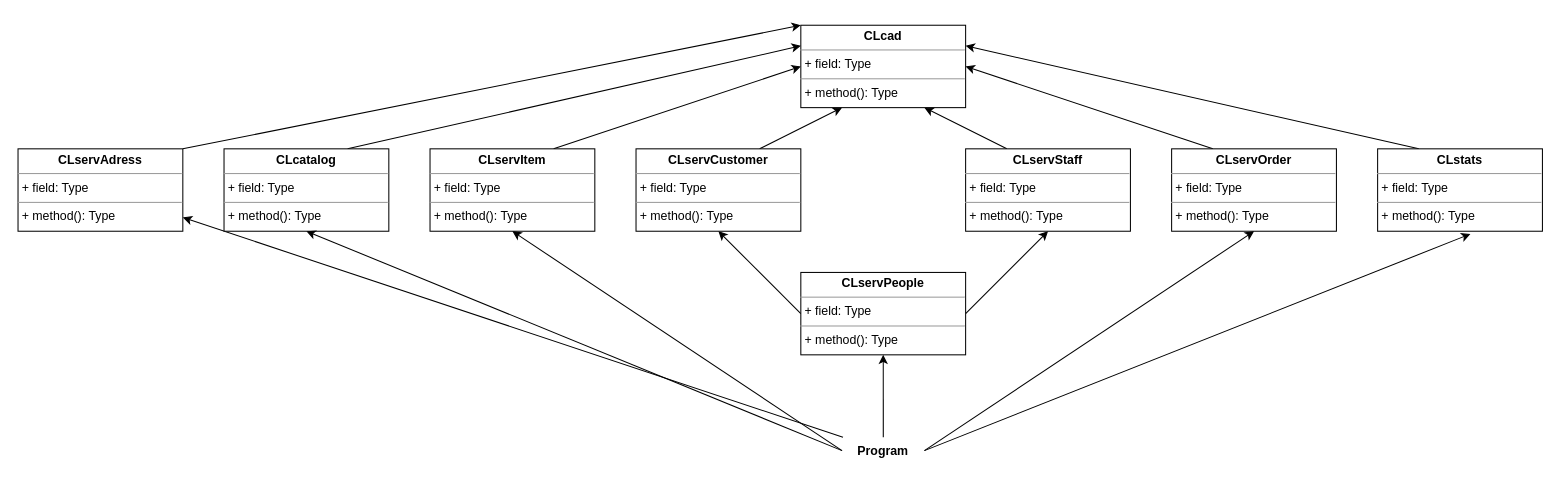
pierre1316/Projet-POO-CPP-CLI keeps this draw.io diagram as page "Page-2" (2 of 2) of Diagrammes/Diagrammes de classes.drawio. Above is the earlier version. Source tidied: cells renumbered, new cells numbered last; positions are measured from the earlier drawing's top-left corner, leaving out a move shared by most shapes. Both pictures are drawn from the tidied source at 103%, with x=0, y=0 at pixel (18, 25).
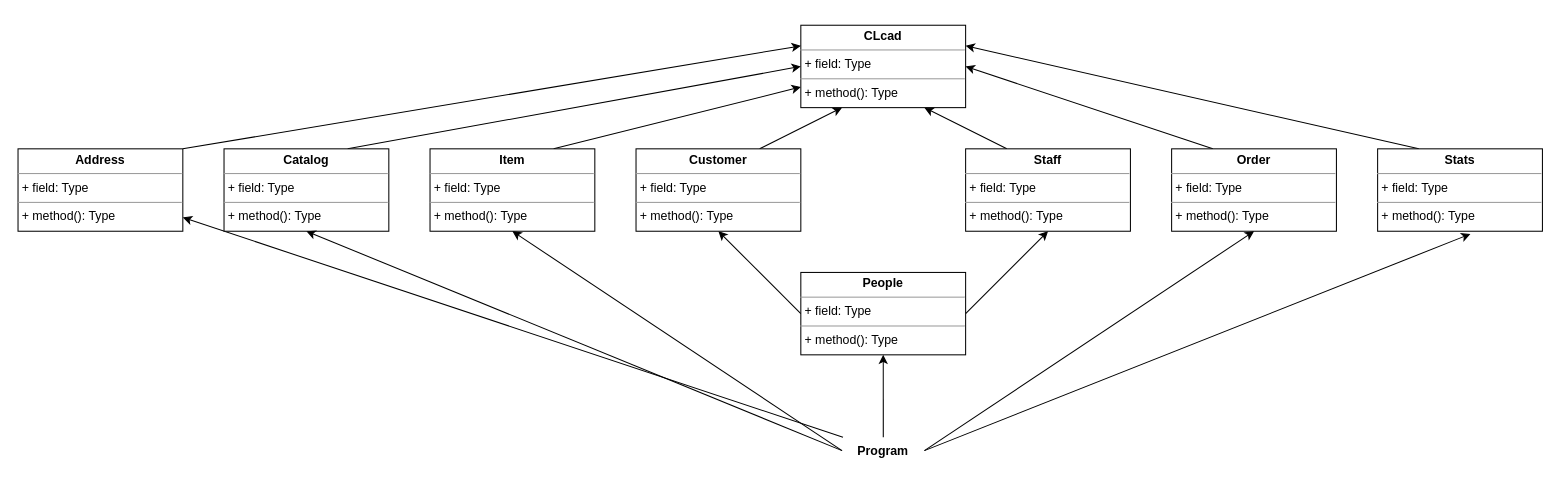
The same diagram, later.

The change refers to these unchanged cells:
```xml
<mxCell id="11" value="&lt;p style=&quot;margin:0px;margin-top:4px;text-align:center;&quot;&gt;&lt;b&gt;CLcad&lt;/b&gt;&lt;/p&gt;&lt;hr size=&quot;1&quot;&gt;&lt;p style=&quot;margin:0px;margin-left:4px;&quot;&gt;+ field: Type&lt;/p&gt;&lt;hr size=&quot;1&quot;&gt;&lt;p style=&quot;margin:0px;margin-left:4px;&quot;&gt;+ method(): Type&lt;/p&gt;" style="verticalAlign=top;align=left;overflow=fill;fontSize=12;fontFamily=Helvetica;html=1;" parent="1" vertex="1">
  <mxGeometry x="760" width="160" height="80" as="geometry" />
</mxCell>
```

Diff of the diagram source:
```diff
@@
-    <mxCell id="5" value="&lt;p style=&quot;margin:0px;margin-top:4px;text-align:center;&quot;&gt;&lt;b&gt;CLservPeople&lt;/b&gt;&lt;/p&gt;&lt;hr size=&quot;1&quot;&gt;&lt;p style=&quot;margin:0px;margin-left:4px;&quot;&gt;+ field: Type&lt;/p&gt;&lt;hr size=&quot;1&quot;&gt;&lt;p style=&quot;margin:0px;margin-left:4px;&quot;&gt;+ method(): Type&lt;/p&gt;" style="verticalAlign=top;align=left;overflow=fill;fontSize=12;fontFamily=Helvetica;html=1;" parent="1" vertex="1">
+    <mxCell id="5" value="&lt;p style=&quot;margin:0px;margin-top:4px;text-align:center;&quot;&gt;&lt;b&gt;People&lt;/b&gt;&lt;/p&gt;&lt;hr size=&quot;1&quot;&gt;&lt;p style=&quot;margin:0px;margin-left:4px;&quot;&gt;+ field: Type&lt;/p&gt;&lt;hr size=&quot;1&quot;&gt;&lt;p style=&quot;margin:0px;margin-left:4px;&quot;&gt;+ method(): Type&lt;/p&gt;" style="verticalAlign=top;align=left;overflow=fill;fontSize=12;fontFamily=Helvetica;html=1;" parent="1" vertex="1">
       <mxGeometry x="760" y="240" width="160" height="80" as="geometry" />
     </mxCell>
-    <mxCell id="6" style="edgeStyle=none;rounded=0;jettySize=auto;html=1;exitX=0.75;exitY=0;exitDx=0;exitDy=0;entryX=0;entryY=0.5;entryDx=0;entryDy=0;startArrow=none;startFill=0;endArrow=classic;endFill=1;" parent="1" edge="1" source="7" target="11">
+    <mxCell id="6" style="edgeStyle=none;rounded=0;jettySize=auto;html=1;exitX=0.75;exitY=0;exitDx=0;exitDy=0;entryX=0;entryY=0.75;entryDx=0;entryDy=0;startArrow=none;startFill=0;endArrow=classic;endFill=1;" parent="1" edge="1" source="7" target="11">
       <mxGeometry relative="1" as="geometry" />
     </mxCell>
-    <mxCell id="7" value="&lt;p style=&quot;margin:0px;margin-top:4px;text-align:center;&quot;&gt;&lt;b&gt;CLservItem&lt;/b&gt;&lt;/p&gt;&lt;hr size=&quot;1&quot;&gt;&lt;p style=&quot;margin:0px;margin-left:4px;&quot;&gt;+ field: Type&lt;/p&gt;&lt;hr size=&quot;1&quot;&gt;&lt;p style=&quot;margin:0px;margin-left:4px;&quot;&gt;+ method(): Type&lt;/p&gt;" style="verticalAlign=top;align=left;overflow=fill;fontSize=12;fontFamily=Helvetica;html=1;" parent="1" vertex="1">
+    <mxCell id="7" value="&lt;p style=&quot;margin:0px;margin-top:4px;text-align:center;&quot;&gt;&lt;b&gt;Item&lt;/b&gt;&lt;/p&gt;&lt;hr size=&quot;1&quot;&gt;&lt;p style=&quot;margin:0px;margin-left:4px;&quot;&gt;+ field: Type&lt;/p&gt;&lt;hr size=&quot;1&quot;&gt;&lt;p style=&quot;margin:0px;margin-left:4px;&quot;&gt;+ method(): Type&lt;/p&gt;" style="verticalAlign=top;align=left;overflow=fill;fontSize=12;fontFamily=Helvetica;html=1;" parent="1" vertex="1">
       <mxGeometry x="400" y="120" width="160" height="80" as="geometry" />
     </mxCell>
@@
-    <mxCell id="9" value="&lt;p style=&quot;margin:0px;margin-top:4px;text-align:center;&quot;&gt;&lt;b&gt;CLservOrder&lt;/b&gt;&lt;/p&gt;&lt;hr size=&quot;1&quot;&gt;&lt;p style=&quot;margin:0px;margin-left:4px;&quot;&gt;+ field: Type&lt;/p&gt;&lt;hr size=&quot;1&quot;&gt;&lt;p style=&quot;margin:0px;margin-left:4px;&quot;&gt;+ method(): Type&lt;/p&gt;" style="verticalAlign=top;align=left;overflow=fill;fontSize=12;fontFamily=Helvetica;html=1;" parent="1" vertex="1">
+    <mxCell id="9" value="&lt;p style=&quot;margin:0px;margin-top:4px;text-align:center;&quot;&gt;&lt;b&gt;Order&lt;/b&gt;&lt;/p&gt;&lt;hr size=&quot;1&quot;&gt;&lt;p style=&quot;margin:0px;margin-left:4px;&quot;&gt;+ field: Type&lt;/p&gt;&lt;hr size=&quot;1&quot;&gt;&lt;p style=&quot;margin:0px;margin-left:4px;&quot;&gt;+ method(): Type&lt;/p&gt;" style="verticalAlign=top;align=left;overflow=fill;fontSize=12;fontFamily=Helvetica;html=1;" parent="1" vertex="1">
       <mxGeometry x="1120" y="120" width="160" height="80" as="geometry" />
     </mxCell>
@@
-    <mxCell id="13" value="&lt;p style=&quot;margin:0px;margin-top:4px;text-align:center;&quot;&gt;&lt;b&gt;CLservCustomer&lt;/b&gt;&lt;/p&gt;&lt;hr size=&quot;1&quot;&gt;&lt;p style=&quot;margin:0px;margin-left:4px;&quot;&gt;+ field: Type&lt;/p&gt;&lt;hr size=&quot;1&quot;&gt;&lt;p style=&quot;margin:0px;margin-left:4px;&quot;&gt;+ method(): Type&lt;/p&gt;" style="verticalAlign=top;align=left;overflow=fill;fontSize=12;fontFamily=Helvetica;html=1;" parent="1" vertex="1">
+    <mxCell id="13" value="&lt;p style=&quot;margin:0px;margin-top:4px;text-align:center;&quot;&gt;&lt;b&gt;Customer&lt;/b&gt;&lt;/p&gt;&lt;hr size=&quot;1&quot;&gt;&lt;p style=&quot;margin:0px;margin-left:4px;&quot;&gt;+ field: Type&lt;/p&gt;&lt;hr size=&quot;1&quot;&gt;&lt;p style=&quot;margin:0px;margin-left:4px;&quot;&gt;+ method(): Type&lt;/p&gt;" style="verticalAlign=top;align=left;overflow=fill;fontSize=12;fontFamily=Helvetica;html=1;" parent="1" vertex="1">
       <mxGeometry x="600" y="120" width="160" height="80" as="geometry" />
     </mxCell>
@@
-    <mxCell id="15" value="&lt;p style=&quot;margin:0px;margin-top:4px;text-align:center;&quot;&gt;&lt;b&gt;CLservStaff&lt;/b&gt;&lt;/p&gt;&lt;hr size=&quot;1&quot;&gt;&lt;p style=&quot;margin:0px;margin-left:4px;&quot;&gt;+ field: Type&lt;/p&gt;&lt;hr size=&quot;1&quot;&gt;&lt;p style=&quot;margin:0px;margin-left:4px;&quot;&gt;+ method(): Type&lt;/p&gt;" style="verticalAlign=top;align=left;overflow=fill;fontSize=12;fontFamily=Helvetica;html=1;" parent="1" vertex="1">
+    <mxCell id="15" value="&lt;p style=&quot;margin:0px;margin-top:4px;text-align:center;&quot;&gt;&lt;b&gt;Staff&lt;/b&gt;&lt;/p&gt;&lt;hr size=&quot;1&quot;&gt;&lt;p style=&quot;margin:0px;margin-left:4px;&quot;&gt;+ field: Type&lt;/p&gt;&lt;hr size=&quot;1&quot;&gt;&lt;p style=&quot;margin:0px;margin-left:4px;&quot;&gt;+ method(): Type&lt;/p&gt;" style="verticalAlign=top;align=left;overflow=fill;fontSize=12;fontFamily=Helvetica;html=1;" parent="1" vertex="1">
       <mxGeometry x="920" y="120" width="160" height="80" as="geometry" />
     </mxCell>
@@
-    <mxCell id="17" value="&lt;p style=&quot;margin:0px;margin-top:4px;text-align:center;&quot;&gt;&lt;b&gt;CLstats&lt;/b&gt;&lt;/p&gt;&lt;hr size=&quot;1&quot;&gt;&lt;p style=&quot;margin:0px;margin-left:4px;&quot;&gt;+ field: Type&lt;/p&gt;&lt;hr size=&quot;1&quot;&gt;&lt;p style=&quot;margin:0px;margin-left:4px;&quot;&gt;+ method(): Type&lt;/p&gt;" style="verticalAlign=top;align=left;overflow=fill;fontSize=12;fontFamily=Helvetica;html=1;" parent="1" vertex="1">
+    <mxCell id="17" value="&lt;p style=&quot;margin:0px;margin-top:4px;text-align:center;&quot;&gt;&lt;b&gt;Stats&lt;/b&gt;&lt;/p&gt;&lt;hr size=&quot;1&quot;&gt;&lt;p style=&quot;margin:0px;margin-left:4px;&quot;&gt;+ field: Type&lt;/p&gt;&lt;hr size=&quot;1&quot;&gt;&lt;p style=&quot;margin:0px;margin-left:4px;&quot;&gt;+ method(): Type&lt;/p&gt;" style="verticalAlign=top;align=left;overflow=fill;fontSize=12;fontFamily=Helvetica;html=1;" parent="1" vertex="1">
       <mxGeometry x="1320" y="120" width="160" height="80" as="geometry" />
     </mxCell>
-    <mxCell id="18" style="rounded=0;jettySize=auto;html=1;exitX=0.75;exitY=0;exitDx=0;exitDy=0;entryX=0;entryY=0.25;entryDx=0;entryDy=0;startArrow=none;startFill=0;endArrow=classic;endFill=1;" parent="1" edge="1" source="19" target="11">
+    <mxCell id="18" style="rounded=0;jettySize=auto;html=1;exitX=0.75;exitY=0;exitDx=0;exitDy=0;entryX=0;entryY=0.5;entryDx=0;entryDy=0;startArrow=none;startFill=0;endArrow=classic;endFill=1;" parent="1" edge="1" source="19" target="11">
       <mxGeometry relative="1" as="geometry" />
     </mxCell>
-    <mxCell id="19" value="&lt;p style=&quot;margin:0px;margin-top:4px;text-align:center;&quot;&gt;&lt;b&gt;CLcatalog&lt;/b&gt;&lt;/p&gt;&lt;hr size=&quot;1&quot;&gt;&lt;p style=&quot;margin:0px;margin-left:4px;&quot;&gt;+ field: Type&lt;/p&gt;&lt;hr size=&quot;1&quot;&gt;&lt;p style=&quot;margin:0px;margin-left:4px;&quot;&gt;+ method(): Type&lt;/p&gt;" style="verticalAlign=top;align=left;overflow=fill;fontSize=12;fontFamily=Helvetica;html=1;" parent="1" vertex="1">
+    <mxCell id="19" value="&lt;p style=&quot;margin:0px;margin-top:4px;text-align:center;&quot;&gt;&lt;b&gt;Catalog&lt;/b&gt;&lt;/p&gt;&lt;hr size=&quot;1&quot;&gt;&lt;p style=&quot;margin:0px;margin-left:4px;&quot;&gt;+ field: Type&lt;/p&gt;&lt;hr size=&quot;1&quot;&gt;&lt;p style=&quot;margin:0px;margin-left:4px;&quot;&gt;+ method(): Type&lt;/p&gt;" style="verticalAlign=top;align=left;overflow=fill;fontSize=12;fontFamily=Helvetica;html=1;" parent="1" vertex="1">
       <mxGeometry x="200" y="120" width="160" height="80" as="geometry" />
     </mxCell>
@@
-    <mxCell id="26" style="rounded=0;jettySize=auto;html=1;exitX=1;exitY=0;exitDx=0;exitDy=0;entryX=0;entryY=0;entryDx=0;entryDy=0;" parent="1" edge="1" source="27" target="11">
+    <mxCell id="26" style="rounded=0;jettySize=auto;html=1;exitX=1;exitY=0;exitDx=0;exitDy=0;entryX=0;entryY=0.25;entryDx=0;entryDy=0;" parent="1" edge="1" source="27" target="11">
       <mxGeometry relative="1" as="geometry" />
     </mxCell>
-    <mxCell id="27" value="&lt;p style=&quot;margin:0px;margin-top:4px;text-align:center;&quot;&gt;&lt;b&gt;CLservAdress&lt;/b&gt;&lt;/p&gt;&lt;hr size=&quot;1&quot;&gt;&lt;p style=&quot;margin:0px;margin-left:4px;&quot;&gt;+ field: Type&lt;/p&gt;&lt;hr size=&quot;1&quot;&gt;&lt;p style=&quot;margin:0px;margin-left:4px;&quot;&gt;+ method(): Type&lt;/p&gt;" style="verticalAlign=top;align=left;overflow=fill;fontSize=12;fontFamily=Helvetica;html=1;" parent="1" vertex="1">
+    <mxCell id="27" value="&lt;p style=&quot;margin:0px;margin-top:4px;text-align:center;&quot;&gt;&lt;b&gt;Address&lt;/b&gt;&lt;/p&gt;&lt;hr size=&quot;1&quot;&gt;&lt;p style=&quot;margin:0px;margin-left:4px;&quot;&gt;+ field: Type&lt;/p&gt;&lt;hr size=&quot;1&quot;&gt;&lt;p style=&quot;margin:0px;margin-left:4px;&quot;&gt;+ method(): Type&lt;/p&gt;" style="verticalAlign=top;align=left;overflow=fill;fontSize=12;fontFamily=Helvetica;html=1;" parent="1" vertex="1">
       <mxGeometry y="120" width="160" height="80" as="geometry" />
     </mxCell>
```
